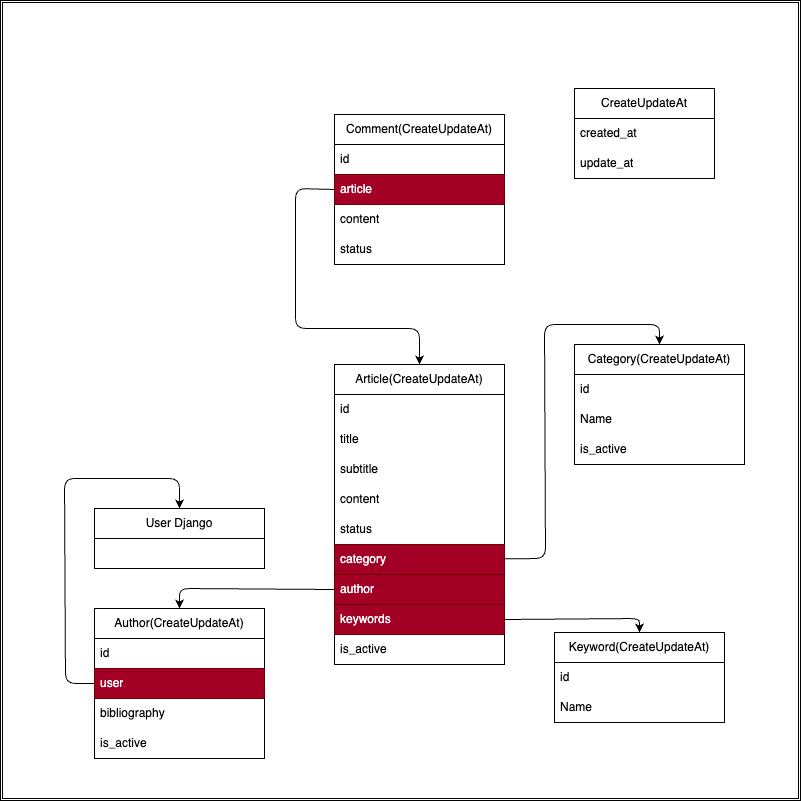
The draw.io diagram relationship.png in Juzeka/Blog-Flow, before a commit. Source tidied: cells renumbered, new cells last; positions are measured from the earlier drawing's top-left corner, leaving out a move shared by most shapes.
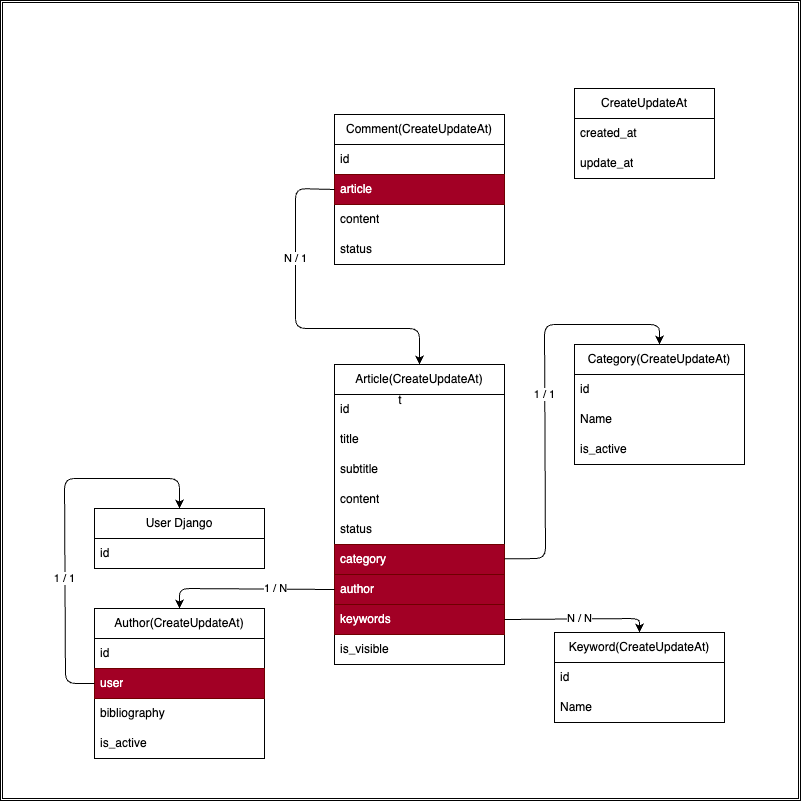
The same file after the commit.

Commit message:
chg: relationship

What changed in the source:
```diff
@@ -2,12 +2,15 @@
   <root>
     <mxCell id="0" />
     <mxCell id="1" parent="0" />
-    <mxCell id="2" style="shape=ext;double=1;whiteSpace=wrap;html=1;" parent="1" vertex="1">
+    <mxCell id="2" value="t" style="shape=ext;double=1;whiteSpace=wrap;html=1;" parent="1" vertex="1">
       <mxGeometry width="800" height="800" as="geometry" />
     </mxCell>
     <mxCell id="3" value="User Django" style="swimlane;fontStyle=0;horizontal=1;startSize=30;whiteSpace=wrap;html=1;" parent="1" vertex="1">
       <mxGeometry x="94" y="508" width="170" height="60" as="geometry" />
     </mxCell>
+    <mxCell id="39" value="id" style="text;strokeColor=none;fillColor=none;align=left;verticalAlign=middle;spacingLeft=4;spacingRight=4;overflow=hidden;whiteSpace=wrap;html=1;" parent="3" vertex="1">
+      <mxGeometry y="30" width="170" height="30" as="geometry" />
+    </mxCell>
     <mxCell id="4" value="CreateUpdateAt" style="swimlane;fontStyle=0;horizontal=1;startSize=30;whiteSpace=wrap;html=1;" parent="1" vertex="1">
       <mxGeometry x="574" y="88" width="140" height="90" as="geometry" />
     </mxCell>
@@ -56,7 +59,7 @@
     <mxCell id="19" value="keywords" style="text;strokeColor=#6F0000;fillColor=#a20025;align=left;verticalAlign=middle;spacingLeft=4;spacingRight=4;overflow=hidden;points=[[0,0.5],[1,0.5]];portConstraint=eastwest;whiteSpace=wrap;html=1;fontColor=#ffffff;" parent="11" vertex="1">
       <mxGeometry y="240" width="170" height="30" as="geometry" />
     </mxCell>
-    <mxCell id="20" value="is_active" style="text;strokeColor=none;fillColor=none;align=left;verticalAlign=middle;spacingLeft=4;spacingRight=4;overflow=hidden;whiteSpace=wrap;html=1;" parent="11" vertex="1">
+    <mxCell id="20" value="is_visible" style="text;strokeColor=none;fillColor=none;align=left;verticalAlign=middle;spacingLeft=4;spacingRight=4;overflow=hidden;whiteSpace=wrap;html=1;" parent="11" vertex="1">
       <mxGeometry y="270" width="170" height="30" as="geometry" />
     </mxCell>
     <mxCell id="21" value="Keyword(CreateUpdateAt)" style="swimlane;fontStyle=0;horizontal=1;startSize=30;whiteSpace=wrap;html=1;" parent="1" vertex="1">
@@ -98,15 +101,15 @@
     <mxCell id="33" value="is_active" style="text;strokeColor=none;fillColor=none;align=left;verticalAlign=middle;spacingLeft=4;spacingRight=4;overflow=hidden;whiteSpace=wrap;html=1;" parent="29" vertex="1">
       <mxGeometry y="120" width="170" height="30" as="geometry" />
     </mxCell>
-    <mxCell id="34" style="edgeStyle=none;html=1;exitX=0;exitY=0.5;exitDx=0;exitDy=0;entryX=0.5;entryY=0;entryDx=0;entryDy=0;" parent="1" edge="1" source="18" target="29">
-      <mxGeometry relative="1" as="geometry">
+    <mxCell id="34" value="1 / N" style="edgeStyle=none;html=1;exitX=0;exitY=0.5;exitDx=0;exitDy=0;entryX=0.5;entryY=0;entryDx=0;entryDy=0;" parent="1" edge="1" source="18" target="29">
+      <mxGeometry x="-0.33" y="-1" relative="1" as="geometry">
         <Array as="points">
           <mxPoint x="179" y="588" />
         </Array>
       </mxGeometry>
     </mxCell>
-    <mxCell id="35" style="edgeStyle=none;html=1;exitX=0;exitY=0.5;exitDx=0;exitDy=0;entryX=0.5;entryY=0;entryDx=0;entryDy=0;" parent="1" edge="1" source="31" target="3">
-      <mxGeometry relative="1" as="geometry">
+    <mxCell id="35" value="1 / 1" style="edgeStyle=none;html=1;exitX=0;exitY=0.5;exitDx=0;exitDy=0;entryX=0.5;entryY=0;entryDx=0;entryDy=0;" parent="1" edge="1" source="31" target="3">
+      <mxGeometry x="-0.29" relative="1" as="geometry">
         <Array as="points">
           <mxPoint x="65" y="683" />
           <mxPoint x="64" y="478" />
@@ -114,14 +117,14 @@
         </Array>
       </mxGeometry>
     </mxCell>
-    <mxCell id="36" style="edgeStyle=none;html=1;exitX=1;exitY=0.5;exitDx=0;exitDy=0;entryX=0.5;entryY=0;entryDx=0;entryDy=0;" parent="1" edge="1" source="19" target="21">
+    <mxCell id="36" value="N / N" style="edgeStyle=none;html=1;exitX=1;exitY=0.5;exitDx=0;exitDy=0;entryX=0.5;entryY=0;entryDx=0;entryDy=0;" parent="1" edge="1" source="19" target="21">
       <mxGeometry relative="1" as="geometry">
         <Array as="points">
           <mxPoint x="639" y="618" />
         </Array>
       </mxGeometry>
     </mxCell>
-    <mxCell id="37" style="edgeStyle=none;html=1;entryX=0.5;entryY=0;entryDx=0;entryDy=0;" parent="1" edge="1" source="17" target="7">
+    <mxCell id="37" value="1 / 1" style="edgeStyle=none;html=1;entryX=0.5;entryY=0;entryDx=0;entryDy=0;" parent="1" edge="1" source="17" target="7">
       <mxGeometry relative="1" as="geometry">
         <Array as="points">
           <mxPoint x="545" y="558" />
@@ -130,8 +133,8 @@
         </Array>
       </mxGeometry>
     </mxCell>
-    <mxCell id="38" style="edgeStyle=none;html=1;exitX=0;exitY=0.5;exitDx=0;exitDy=0;entryX=0.5;entryY=0;entryDx=0;entryDy=0;" parent="1" edge="1" source="26" target="11">
-      <mxGeometry relative="1" as="geometry">
+    <mxCell id="38" value="N / 1" style="edgeStyle=none;html=1;exitX=0;exitY=0.5;exitDx=0;exitDy=0;entryX=0.5;entryY=0;entryDx=0;entryDy=0;" parent="1" edge="1" source="26" target="11">
+      <mxGeometry x="-0.36" relative="1" as="geometry">
         <Array as="points">
           <mxPoint x="295" y="188" />
           <mxPoint x="295" y="328" />
```
